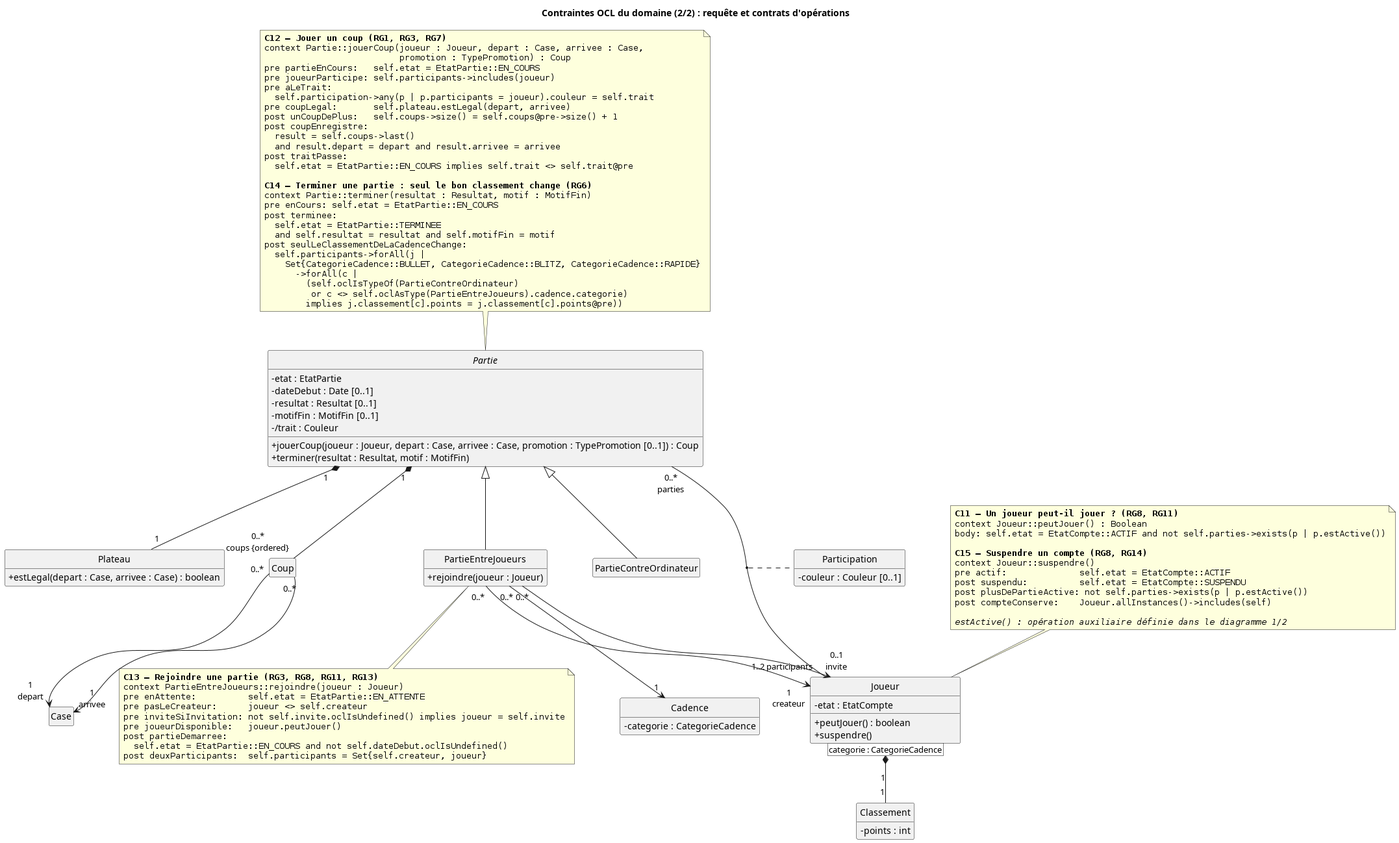
kevinBissouth/projet_echecs_tic315 keeps this PlantUML diagram as diagrams/classes-ocl-contrats.png. Above is the earlier version.
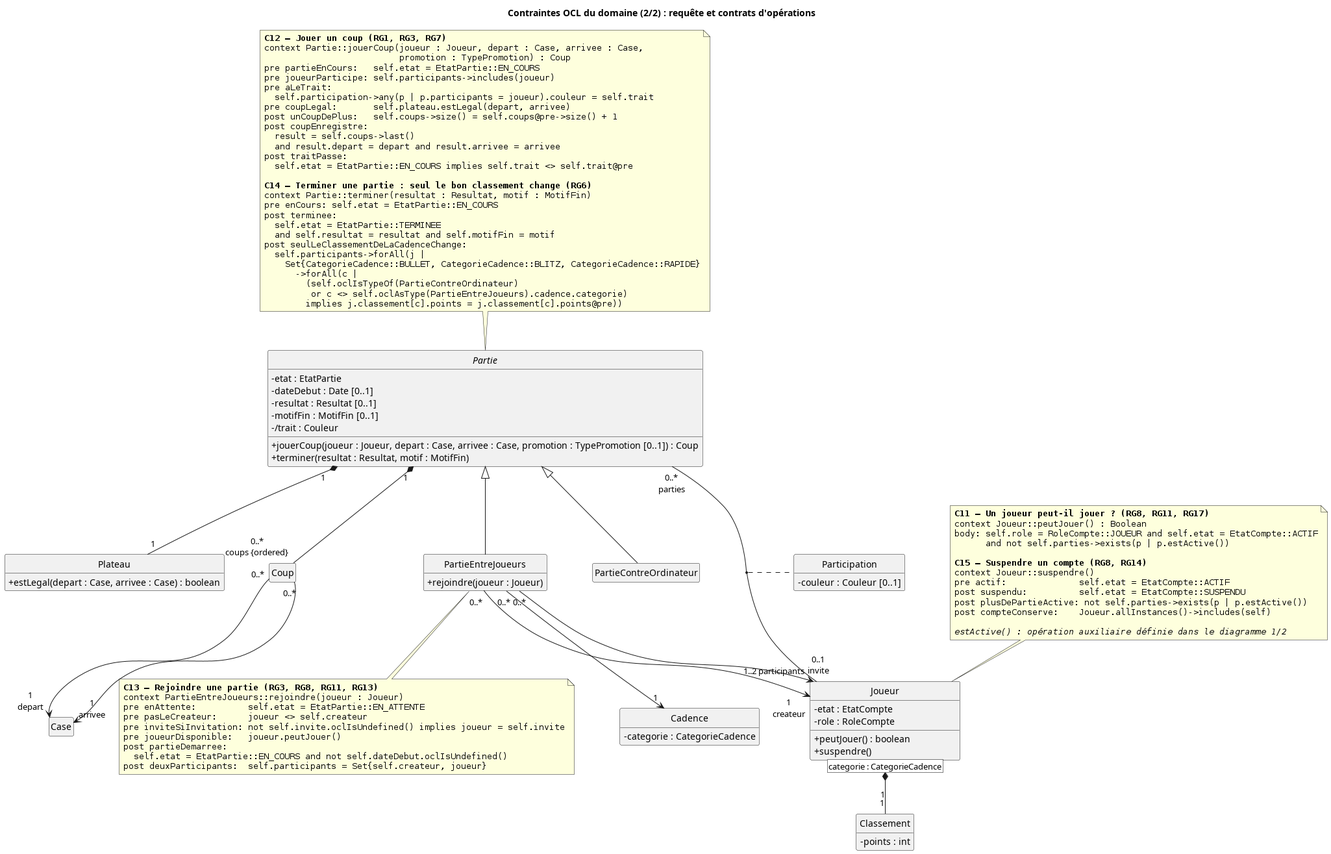
After the commit.

The edit, as a diff of the source:
```diff
@@ -12,6 +12,7 @@
 
 class Joueur {
   - etat : EtatCompte
+  - role : RoleCompte
   + peutJouer() : boolean
   + suspendre()
 }
@@ -67,9 +68,10 @@
 
 
 note top of Joueur
-  <b>C11 — Un joueur peut-il jouer ? (RG8, RG11)</b>
+  <b>C11 — Un joueur peut-il jouer ? (RG8, RG11, RG17)</b>
   context Joueur::peutJouer() : Boolean
-  body: self.etat = EtatCompte::ACTIF and not self.parties->exists(p | p.estActive())
+  body: self.role = RoleCompte::JOUEUR and self.etat = EtatCompte::ACTIF
+        and not self.parties->exists(p | p.estActive())
 
   <b>C15 — Suspendre un compte (RG8, RG14)</b>
   context Joueur::suspendre()
```
